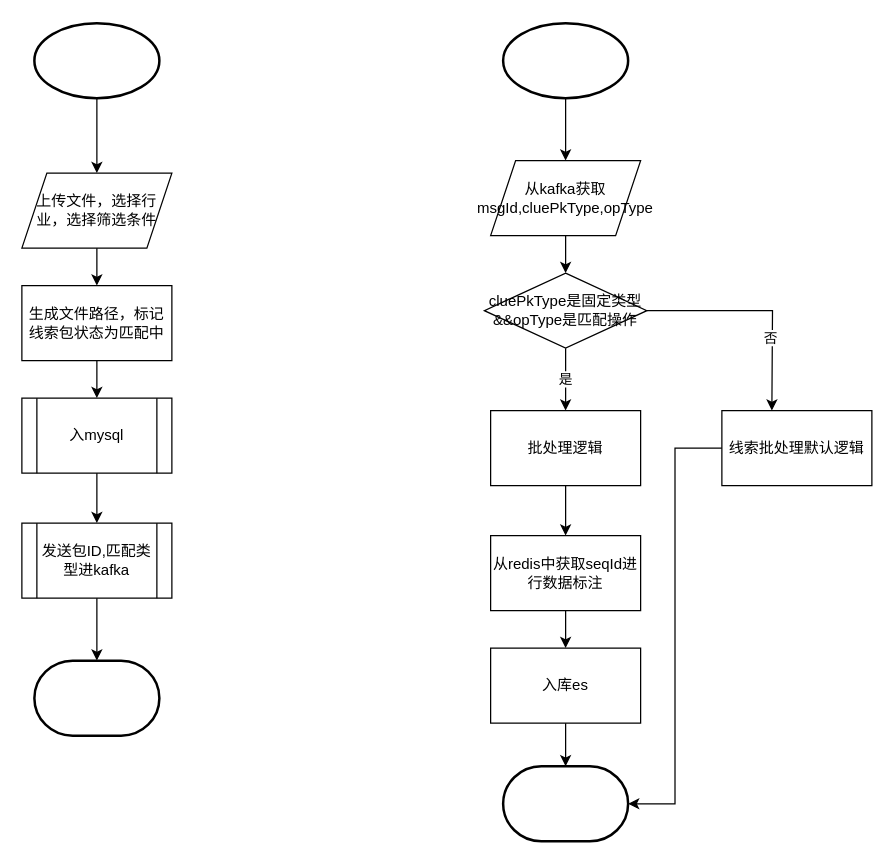
Before: page "Page-3" (3 of 4) of 营销任务重构.drawio in hack0303/draw.io-store, a draw.io diagram. Source tidied: cells renumbered, new cells numbered last; positions are measured from the earlier drawing's top-left corner, leaving out a move shared by most shapes. Both pictures are drawn from the tidied source at 125%, with x=0, y=0 at pixel (21, 22).
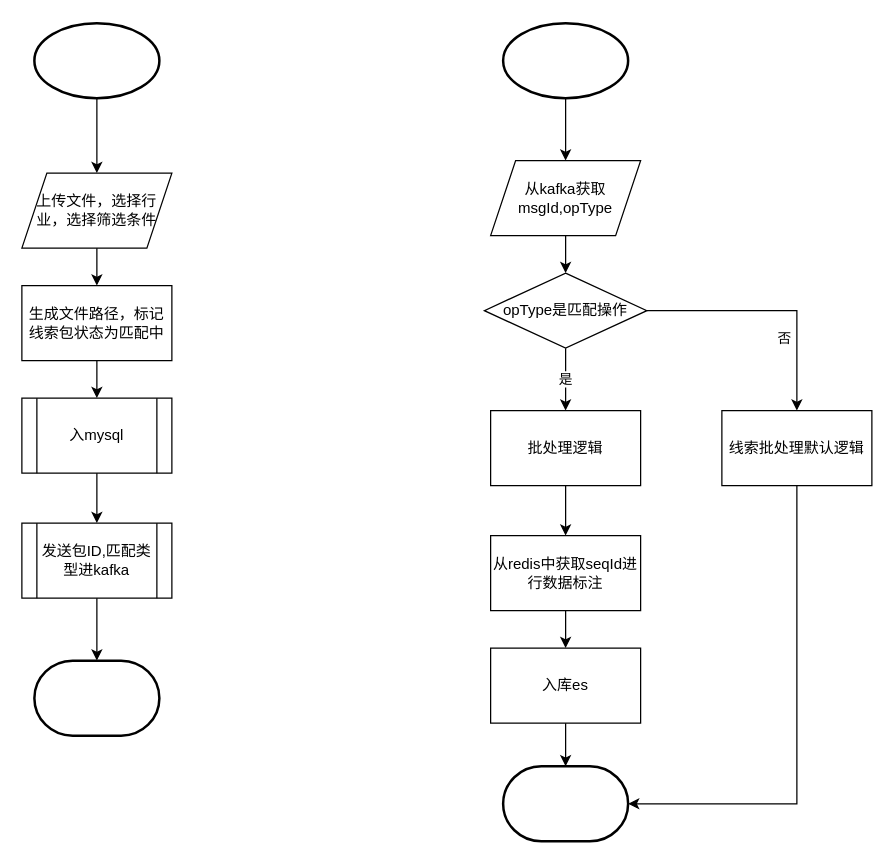
The same page after the edit.

Unchanged cells that the change refers to:
```xml
<mxCell id="15" style="strokeWidth=2;html=1;shape=mxgraph.flowchart.terminator;whiteSpace=wrap;fillColor=none;" parent="1" vertex="1">
  <mxGeometry x="385" y="594.5" width="100" height="60" as="geometry" />
</mxCell>
<mxCell id="30" value="线索批处理默认逻辑" style="rounded=0;whiteSpace=wrap;html=1;fillColor=none;" parent="1" vertex="1">
  <mxGeometry x="560" y="310" width="120" height="60" as="geometry" />
</mxCell>
```

Diff of the diagram source:
```diff
@@
-    <mxCell id="17" value="从kafka获取msgId,cluePkType,opType" style="shape=parallelogram;perimeter=parallelogramPerimeter;whiteSpace=wrap;html=1;fixedSize=1;fillColor=none;" parent="1" vertex="1">
+    <mxCell id="17" value="从kafka获取msgId,opType" style="shape=parallelogram;perimeter=parallelogramPerimeter;whiteSpace=wrap;html=1;fixedSize=1;fillColor=none;" parent="1" vertex="1">
       <mxGeometry x="375" y="110" width="120" height="60" as="geometry" />
     </mxCell>
@@
-    <mxCell id="19" style="edgeStyle=orthogonalEdgeStyle;rounded=0;jettySize=auto;html=1;" parent="1" edge="1" source="21">
+    <mxCell id="19" style="edgeStyle=orthogonalEdgeStyle;rounded=0;jettySize=auto;html=1;entryX=0.5;entryY=0;entryDx=0;entryDy=0;" parent="1" edge="1" source="21" target="30">
       <mxGeometry relative="1" as="geometry">
-        <mxPoint x="600" y="310" as="targetPoint" />
+        <Array as="points">
+          <mxPoint x="620" y="230" />
+        </Array>
       </mxGeometry>
     </mxCell>
@@
-    <mxCell id="21" value="cluePkType是固定类型&amp;amp;&amp;amp;opType是匹配操作" style="rhombus;whiteSpace=wrap;html=1;fillColor=none;" parent="1" vertex="1">
+    <mxCell id="21" value="opType是匹配操作" style="rhombus;whiteSpace=wrap;html=1;fillColor=none;" parent="1" vertex="1">
       <mxGeometry x="370" y="200" width="130" height="60" as="geometry" />
     </mxCell>
@@
     <mxCell id="29" style="edgeStyle=orthogonalEdgeStyle;rounded=0;jettySize=auto;html=1;entryX=1;entryY=0.5;entryDx=0;entryDy=0;entryPerimeter=0;" parent="1" edge="1" source="30" target="15">
-      <mxGeometry relative="1" as="geometry" />
+      <mxGeometry relative="1" as="geometry">
+        <Array as="points">
+          <mxPoint x="620" y="625" />
+        </Array>
+      </mxGeometry>
     </mxCell>
```
